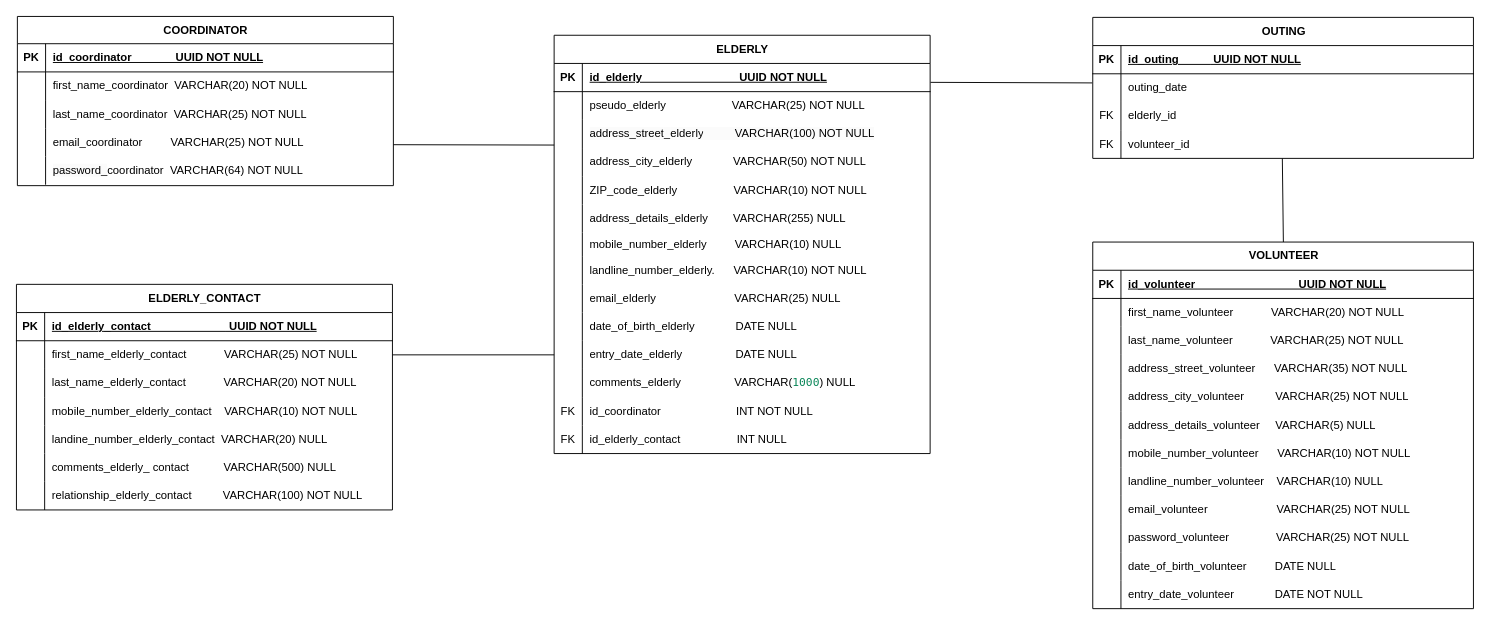
Above: page "Page-6" (3 of 5) of MCD_MaE.drawio in AnneGicquel/MCD_Marche_avec_Eliane (draw.io), before the change. Source tidied: cells renumbered, new cells numbered last; positions are measured from the earlier drawing's top-left corner, leaving out a move shared by most shapes. Both pictures are drawn from the tidied source at 94%, with x=0, y=0 at pixel (16, 16).
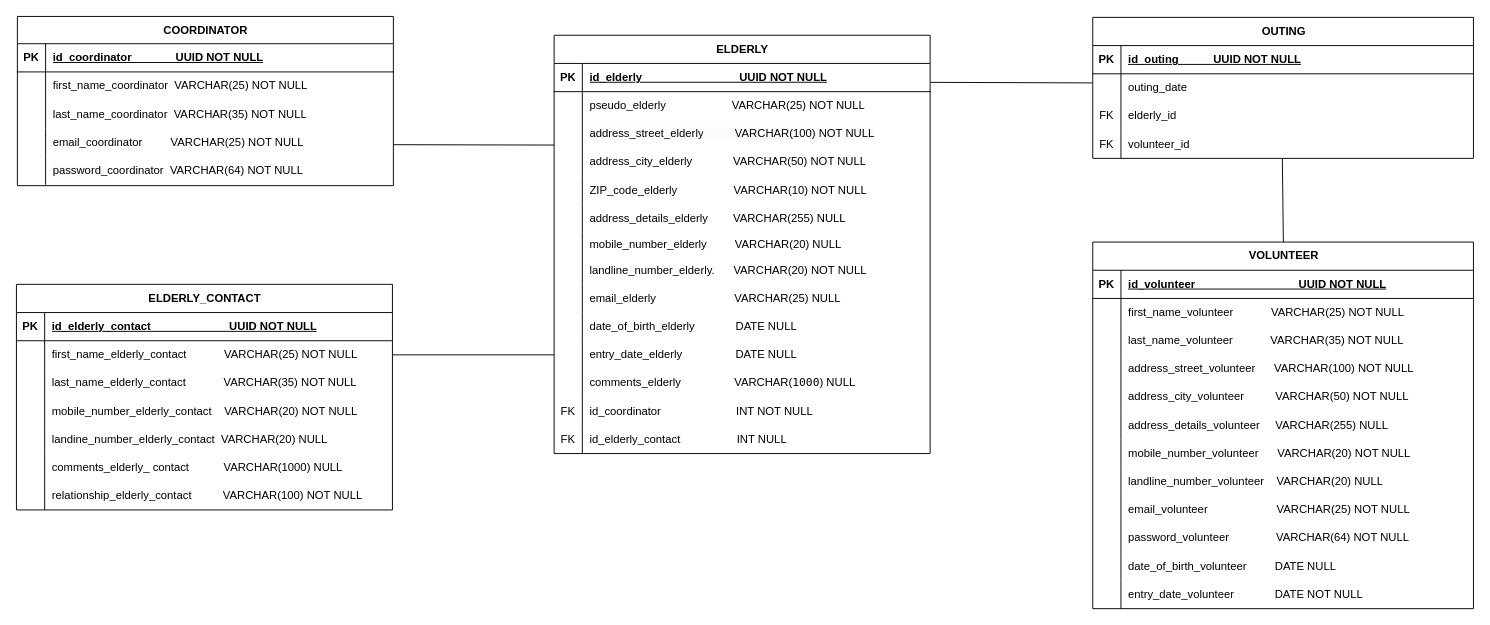
The same diagram, later.

Commit message (it also covers changes not shown here):
Mettre à jour MCD_MaE.drawio

The change refers to these unchanged cells:
```xml
<mxCell id="25" style="shape=tableRow;horizontal=0;startSize=0;swimlaneHead=0;swimlaneBody=0;fillColor=none;top=0;left=0;right=0;bottom=0;" parent="21" vertex="1">
  <mxGeometry y="59" width="400" height="30" as="geometry" />
</mxCell>
<mxCell id="28" style="shape=tableRow;horizontal=0;startSize=0;swimlaneHead=0;swimlaneBody=0;fillColor=none;top=0;left=0;right=0;bottom=0;" parent="21" vertex="1">
  <mxGeometry y="89" width="400" height="30" as="geometry" />
</mxCell>
<mxCell id="56" style="shape=tableRow;horizontal=0;startSize=0;swimlaneHead=0;swimlaneBody=0;fillColor=none;top=0;left=0;right=0;bottom=0;" parent="37" vertex="1">
  <mxGeometry y="210" width="400" height="25" as="geometry" />
</mxCell>
<mxCell id="59" style="shape=tableRow;horizontal=0;startSize=0;swimlaneHead=0;swimlaneBody=0;fillColor=none;top=0;left=0;right=0;bottom=0;" parent="37" vertex="1">
  <mxGeometry y="235" width="400" height="30" as="geometry" />
</mxCell>
<mxCell id="71" style="shape=tableRow;horizontal=0;startSize=0;swimlaneHead=0;swimlaneBody=0;fillColor=none;top=0;left=0;right=0;bottom=0;" parent="37" vertex="1">
  <mxGeometry y="355" width="400" height="30" as="geometry" />
</mxCell>
<mxCell id="88" style="shape=tableRow;horizontal=0;startSize=0;swimlaneHead=0;swimlaneBody=0;fillColor=none;top=0;left=0;right=0;bottom=0;" parent="81" vertex="1">
  <mxGeometry y="90" width="400" height="30" as="geometry" />
</mxCell>
<mxCell id="91" style="shape=tableRow;horizontal=0;startSize=0;swimlaneHead=0;swimlaneBody=0;fillColor=none;top=0;left=0;right=0;bottom=0;" parent="81" vertex="1">
  <mxGeometry y="120" width="400" height="30" as="geometry" />
</mxCell>
<mxCell id="97" style="shape=tableRow;horizontal=0;startSize=0;swimlaneHead=0;swimlaneBody=0;fillColor=none;top=0;left=0;right=0;bottom=0;" parent="81" vertex="1">
  <mxGeometry y="180" width="400" height="30" as="geometry" />
</mxCell>
<mxCell id="107" style="shape=tableRow;horizontal=0;startSize=0;swimlaneHead=0;swimlaneBody=0;fillColor=none;top=0;left=0;right=0;bottom=0;" parent="103" vertex="1">
  <mxGeometry y="60" width="405" height="30" as="geometry" />
</mxCell>
<mxCell id="110" style="shape=tableRow;horizontal=0;startSize=0;swimlaneHead=0;swimlaneBody=0;fillColor=none;top=0;left=0;right=0;bottom=0;" parent="103" vertex="1">
  <mxGeometry y="90" width="405" height="30" as="geometry" />
</mxCell>
<mxCell id="113" style="shape=tableRow;horizontal=0;startSize=0;swimlaneHead=0;swimlaneBody=0;fillColor=none;top=0;left=0;right=0;bottom=0;" parent="103" vertex="1">
  <mxGeometry y="120" width="405" height="30" as="geometry" />
</mxCell>
<mxCell id="116" style="shape=tableRow;horizontal=0;startSize=0;swimlaneHead=0;swimlaneBody=0;fillColor=none;top=0;left=0;right=0;bottom=0;" parent="103" vertex="1">
  <mxGeometry y="150" width="405" height="30" as="geometry" />
</mxCell>
<mxCell id="119" style="shape=tableRow;horizontal=0;startSize=0;swimlaneHead=0;swimlaneBody=0;fillColor=none;top=0;left=0;right=0;bottom=0;" parent="103" vertex="1">
  <mxGeometry y="180" width="405" height="30" as="geometry" />
</mxCell>
<mxCell id="122" style="shape=tableRow;horizontal=0;startSize=0;swimlaneHead=0;swimlaneBody=0;fillColor=none;top=0;left=0;right=0;bottom=0;" parent="103" vertex="1">
  <mxGeometry y="210" width="405" height="30" as="geometry" />
</mxCell>
<mxCell id="125" style="shape=tableRow;horizontal=0;startSize=0;swimlaneHead=0;swimlaneBody=0;fillColor=none;top=0;left=0;right=0;bottom=0;" parent="103" vertex="1">
  <mxGeometry y="240" width="405" height="30" as="geometry" />
</mxCell>
<mxCell id="131" style="shape=tableRow;horizontal=0;startSize=0;swimlaneHead=0;swimlaneBody=0;fillColor=none;top=0;left=0;right=0;bottom=0;" parent="103" vertex="1">
  <mxGeometry y="300" width="405" height="30" as="geometry" />
</mxCell>
```

What changed in the source:
```diff
@@
-    <mxCell id="27" value="&lt;span style=&quot;white-space-collapse: preserve;&quot;&gt;first_name_coordinator  VARCHAR(20) NOT NULL&lt;/span&gt;" style="shape=partialRectangle;fillColor=none;top=0;left=0;bottom=0;right=0;align=left;spacingLeft=6;overflow=hidden;whiteSpace=wrap;html=1;" parent="25" vertex="1">
+    <mxCell id="27" value="&lt;span style=&quot;white-space-collapse: preserve;&quot;&gt;first_name_coordinator  VARCHAR(25) NOT NULL&lt;/span&gt;" style="shape=partialRectangle;fillColor=none;top=0;left=0;bottom=0;right=0;align=left;spacingLeft=6;overflow=hidden;whiteSpace=wrap;html=1;" parent="25" vertex="1">
       <mxGeometry x="30" width="370" height="30" as="geometry" />
     </mxCell>
@@
-    <mxCell id="30" value="&lt;span style=&quot;white-space-collapse: preserve;&quot;&gt;last_name_&lt;/span&gt;&lt;span style=&quot;white-space-collapse: preserve;&quot;&gt;coordinator &lt;/span&gt;&lt;span style=&quot;white-space-collapse: preserve;&quot;&gt; &lt;/span&gt;&lt;span style=&quot;white-space-collapse: preserve;&quot;&gt;VARCHAR(25) NOT NULL&lt;/span&gt;" style="shape=partialRectangle;fillColor=none;top=0;left=0;bottom=0;right=0;align=left;spacingLeft=6;overflow=hidden;whiteSpace=wrap;html=1;" parent="28" vertex="1">
+    <mxCell id="30" value="&lt;span style=&quot;white-space-collapse: preserve;&quot;&gt;last_name_&lt;/span&gt;&lt;span style=&quot;white-space-collapse: preserve;&quot;&gt;coordinator &lt;/span&gt;&lt;span style=&quot;white-space-collapse: preserve;&quot;&gt; &lt;/span&gt;&lt;span style=&quot;white-space-collapse: preserve;&quot;&gt;VARCHAR(35) NOT NULL&lt;/span&gt;" style="shape=partialRectangle;fillColor=none;top=0;left=0;bottom=0;right=0;align=left;spacingLeft=6;overflow=hidden;whiteSpace=wrap;html=1;" parent="28" vertex="1">
       <mxGeometry x="30" width="370" height="30" as="geometry" />
     </mxCell>
@@
-    <mxCell id="58" value="&lt;span style=&quot;white-space-collapse: preserve;&quot;&gt;mobile_number_&lt;/span&gt;&lt;span style=&quot;text-align: center; text-wrap: nowrap;&quot;&gt;elderly&amp;nbsp; &amp;nbsp; &amp;nbsp; &amp;nbsp; &amp;nbsp;&lt;/span&gt;&lt;span style=&quot;white-space-collapse: preserve;&quot;&gt;VARCHAR(10) NULL&lt;/span&gt;" style="shape=partialRectangle;fillColor=none;top=0;left=0;bottom=0;right=0;align=left;spacingLeft=6;overflow=hidden;whiteSpace=wrap;html=1;" parent="56" vertex="1">
+    <mxCell id="58" value="&lt;span style=&quot;white-space-collapse: preserve;&quot;&gt;mobile_number_&lt;/span&gt;&lt;span style=&quot;text-align: center; text-wrap: nowrap;&quot;&gt;elderly&amp;nbsp; &amp;nbsp; &amp;nbsp; &amp;nbsp; &amp;nbsp;&lt;/span&gt;&lt;span style=&quot;white-space-collapse: preserve;&quot;&gt;VARCHAR(20) NULL&lt;/span&gt;" style="shape=partialRectangle;fillColor=none;top=0;left=0;bottom=0;right=0;align=left;spacingLeft=6;overflow=hidden;whiteSpace=wrap;html=1;" parent="56" vertex="1">
       <mxGeometry x="30" width="370" height="25" as="geometry" />
     </mxCell>
@@
-    <mxCell id="61" value="&lt;span style=&quot;white-space-collapse: preserve;&quot;&gt;landline_number_&lt;/span&gt;&lt;span style=&quot;text-align: center; text-wrap: nowrap;&quot;&gt;elderly.&amp;nbsp; &amp;nbsp; &amp;nbsp; &lt;/span&gt;&lt;span style=&quot;white-space-collapse: preserve;&quot;&gt;VARCHAR(&lt;/span&gt;&lt;span style=&quot;white-space-collapse: preserve;&quot;&gt;10&lt;/span&gt;&lt;span style=&quot;white-space-collapse: preserve;&quot;&gt;) NOT NULL&lt;/span&gt;" style="shape=partialRectangle;fillColor=none;top=0;left=0;bottom=0;right=0;align=left;spacingLeft=6;overflow=hidden;whiteSpace=wrap;html=1;" parent="59" vertex="1">
+    <mxCell id="61" value="&lt;span style=&quot;white-space-collapse: preserve;&quot;&gt;landline_number_&lt;/span&gt;&lt;span style=&quot;text-align: center; text-wrap: nowrap;&quot;&gt;elderly.&amp;nbsp; &amp;nbsp; &amp;nbsp; &lt;/span&gt;&lt;span style=&quot;white-space-collapse: preserve;&quot;&gt;VARCHAR(&lt;/span&gt;&lt;span style=&quot;white-space-collapse: preserve;&quot;&gt;20&lt;/span&gt;&lt;span style=&quot;white-space-collapse: preserve;&quot;&gt;) NOT NULL&lt;/span&gt;" style="shape=partialRectangle;fillColor=none;top=0;left=0;bottom=0;right=0;align=left;spacingLeft=6;overflow=hidden;whiteSpace=wrap;html=1;" parent="59" vertex="1">
       <mxGeometry x="30" width="370" height="30" as="geometry" />
     </mxCell>
@@
-    <mxCell id="73" value="comments_elderly&amp;nbsp; &amp;nbsp; &amp;nbsp; &amp;nbsp; &amp;nbsp; &amp;nbsp; &amp;nbsp; &amp;nbsp; &amp;nbsp;&lt;span style=&quot;white-space-collapse: preserve;&quot;&gt;VARCHAR(&lt;font face=&quot;Menlo, Monaco, Courier New, monospace&quot; color=&quot;#098658&quot;&gt;&lt;span style=&quot;text-wrap: nowrap; background-color: rgb(255, 255, 255);&quot;&gt;1000&lt;/span&gt;&lt;/font&gt;&lt;/span&gt;&lt;span style=&quot;white-space-collapse: preserve; background-color: initial;&quot;&gt;) NULL&lt;/span&gt;" style="shape=partialRectangle;fillColor=none;top=0;left=0;bottom=0;right=0;align=left;spacingLeft=6;overflow=hidden;whiteSpace=wrap;html=1;" parent="71" vertex="1">
+    <mxCell id="73" value="comments_elderly&amp;nbsp; &amp;nbsp; &amp;nbsp; &amp;nbsp; &amp;nbsp; &amp;nbsp; &amp;nbsp; &amp;nbsp; &amp;nbsp;&lt;span style=&quot;white-space-collapse: preserve;&quot;&gt;VARCHAR(&lt;font face=&quot;Menlo, Monaco, Courier New, monospace&quot;&gt;&lt;span style=&quot;text-wrap: nowrap; background-color: rgb(255, 255, 255);&quot;&gt;1000&lt;/span&gt;&lt;/font&gt;&lt;/span&gt;&lt;span style=&quot;white-space-collapse: preserve; background-color: initial;&quot;&gt;) NULL&lt;/span&gt;" style="shape=partialRectangle;fillColor=none;top=0;left=0;bottom=0;right=0;align=left;spacingLeft=6;overflow=hidden;whiteSpace=wrap;html=1;" parent="71" vertex="1">
       <mxGeometry x="30" width="370" height="30" as="geometry" />
     </mxCell>
@@
-    <mxCell id="90" value="last_name_elderly_contact&amp;nbsp; &amp;nbsp; &amp;nbsp; &amp;nbsp; &amp;nbsp; &amp;nbsp; VARCHAR(20) NOT NULL" style="shape=partialRectangle;fillColor=none;top=0;left=0;bottom=0;right=0;align=left;spacingLeft=6;overflow=hidden;whiteSpace=wrap;html=1;" parent="88" vertex="1">
+    <mxCell id="90" value="last_name_elderly_contact&amp;nbsp; &amp;nbsp; &amp;nbsp; &amp;nbsp; &amp;nbsp; &amp;nbsp; VARCHAR(35) NOT NULL" style="shape=partialRectangle;fillColor=none;top=0;left=0;bottom=0;right=0;align=left;spacingLeft=6;overflow=hidden;whiteSpace=wrap;html=1;" parent="88" vertex="1">
       <mxGeometry x="30" width="370" height="30" as="geometry" />
     </mxCell>
@@
-    <mxCell id="93" value="mobile_number_elderly_contact&amp;nbsp; &amp;nbsp; VARCHAR(10) NOT NULL" style="shape=partialRectangle;fillColor=none;top=0;left=0;bottom=0;right=0;align=left;spacingLeft=6;overflow=hidden;whiteSpace=wrap;html=1;" parent="91" vertex="1">
+    <mxCell id="93" value="mobile_number_elderly_contact&amp;nbsp; &amp;nbsp; VARCHAR(20) NOT NULL" style="shape=partialRectangle;fillColor=none;top=0;left=0;bottom=0;right=0;align=left;spacingLeft=6;overflow=hidden;whiteSpace=wrap;html=1;" parent="91" vertex="1">
       <mxGeometry x="30" width="370" height="30" as="geometry" />
     </mxCell>
@@
-    <mxCell id="99" value="comments_elderly_ contact&amp;nbsp; &amp;nbsp; &amp;nbsp; &amp;nbsp; &amp;nbsp; &amp;nbsp;VARCHAR(500) NULL" style="shape=partialRectangle;fillColor=none;top=0;left=0;bottom=0;right=0;align=left;spacingLeft=6;overflow=hidden;whiteSpace=wrap;html=1;" parent="97" vertex="1">
+    <mxCell id="99" value="comments_elderly_ contact&amp;nbsp; &amp;nbsp; &amp;nbsp; &amp;nbsp; &amp;nbsp; &amp;nbsp;VARCHAR(1000) NULL" style="shape=partialRectangle;fillColor=none;top=0;left=0;bottom=0;right=0;align=left;spacingLeft=6;overflow=hidden;whiteSpace=wrap;html=1;" parent="97" vertex="1">
       <mxGeometry x="30" width="370" height="30" as="geometry" />
     </mxCell>
@@
-    <mxCell id="109" value="&lt;span style=&quot;white-space-collapse: preserve;&quot;&gt;first_name_&lt;/span&gt;volunteer&amp;nbsp; &amp;nbsp; &amp;nbsp; &amp;nbsp; &amp;nbsp; &amp;nbsp; VARCHAR(20) NOT NULL" style="shape=partialRectangle;fillColor=none;top=0;left=0;bottom=0;right=0;align=left;spacingLeft=6;overflow=hidden;whiteSpace=wrap;html=1;" parent="107" vertex="1">
+    <mxCell id="109" value="&lt;span style=&quot;white-space-collapse: preserve;&quot;&gt;first_name_&lt;/span&gt;volunteer&amp;nbsp; &amp;nbsp; &amp;nbsp; &amp;nbsp; &amp;nbsp; &amp;nbsp; VARCHAR(25) NOT NULL" style="shape=partialRectangle;fillColor=none;top=0;left=0;bottom=0;right=0;align=left;spacingLeft=6;overflow=hidden;whiteSpace=wrap;html=1;" parent="107" vertex="1">
       <mxGeometry x="30" width="375" height="30" as="geometry" />
     </mxCell>
@@
-    <mxCell id="112" value="&lt;span style=&quot;white-space-collapse: preserve;&quot;&gt;last_name_&lt;/span&gt;volunteer&amp;nbsp; &amp;nbsp; &amp;nbsp; &amp;nbsp; &amp;nbsp; &amp;nbsp; VARCHAR(25) NOT NULL" style="shape=partialRectangle;fillColor=none;top=0;left=0;bottom=0;right=0;align=left;spacingLeft=6;overflow=hidden;whiteSpace=wrap;html=1;" parent="110" vertex="1">
+    <mxCell id="112" value="&lt;span style=&quot;white-space-collapse: preserve;&quot;&gt;last_name_&lt;/span&gt;volunteer&amp;nbsp; &amp;nbsp; &amp;nbsp; &amp;nbsp; &amp;nbsp; &amp;nbsp; VARCHAR(35) NOT NULL" style="shape=partialRectangle;fillColor=none;top=0;left=0;bottom=0;right=0;align=left;spacingLeft=6;overflow=hidden;whiteSpace=wrap;html=1;" parent="110" vertex="1">
       <mxGeometry x="30" width="375" height="30" as="geometry" />
     </mxCell>
@@
-    <mxCell id="115" value="&lt;span style=&quot;white-space-collapse: preserve;&quot;&gt;address_street_&lt;/span&gt;volunteer&amp;nbsp; &amp;nbsp; &amp;nbsp; VARCHAR(35) NOT NULL" style="shape=partialRectangle;fillColor=none;top=0;left=0;bottom=0;right=0;align=left;spacingLeft=6;overflow=hidden;whiteSpace=wrap;html=1;" parent="113" vertex="1">
+    <mxCell id="115" value="&lt;span style=&quot;white-space-collapse: preserve;&quot;&gt;address_street_&lt;/span&gt;volunteer&amp;nbsp; &amp;nbsp; &amp;nbsp; VARCHAR(100) NOT NULL" style="shape=partialRectangle;fillColor=none;top=0;left=0;bottom=0;right=0;align=left;spacingLeft=6;overflow=hidden;whiteSpace=wrap;html=1;" parent="113" vertex="1">
       <mxGeometry x="30" width="375" height="30" as="geometry" />
     </mxCell>
@@
-    <mxCell id="118" value="&lt;span style=&quot;white-space-collapse: preserve;&quot;&gt;address_city_volunteer&lt;/span&gt;&amp;nbsp; &amp;nbsp; &amp;nbsp; &amp;nbsp; &amp;nbsp; VARCHAR(25) NOT NULL" style="shape=partialRectangle;fillColor=none;top=0;left=0;bottom=0;right=0;align=left;spacingLeft=6;overflow=hidden;whiteSpace=wrap;html=1;" parent="116" vertex="1">
+    <mxCell id="118" value="&lt;span style=&quot;white-space-collapse: preserve;&quot;&gt;address_city_volunteer&lt;/span&gt;&amp;nbsp; &amp;nbsp; &amp;nbsp; &amp;nbsp; &amp;nbsp; VARCHAR(50) NOT NULL" style="shape=partialRectangle;fillColor=none;top=0;left=0;bottom=0;right=0;align=left;spacingLeft=6;overflow=hidden;whiteSpace=wrap;html=1;" parent="116" vertex="1">
       <mxGeometry x="30" width="375" height="30" as="geometry" />
     </mxCell>
@@
-    <mxCell id="121" value="address_details_volunteer&amp;nbsp; &amp;nbsp; &amp;nbsp;VARCHAR(5) NULL" style="shape=partialRectangle;fillColor=none;top=0;left=0;bottom=0;right=0;align=left;spacingLeft=6;overflow=hidden;whiteSpace=wrap;html=1;" parent="119" vertex="1">
+    <mxCell id="121" value="address_details_volunteer&amp;nbsp; &amp;nbsp; &amp;nbsp;VARCHAR(255) NULL" style="shape=partialRectangle;fillColor=none;top=0;left=0;bottom=0;right=0;align=left;spacingLeft=6;overflow=hidden;whiteSpace=wrap;html=1;" parent="119" vertex="1">
       <mxGeometry x="30" width="375" height="30" as="geometry" />
     </mxCell>
@@
-    <mxCell id="124" value="&lt;span style=&quot;white-space-collapse: preserve;&quot;&gt;mobile_number_&lt;/span&gt;volunteer&amp;nbsp; &amp;nbsp; &amp;nbsp; VARCHAR(10) NOT NULL" style="shape=partialRectangle;fillColor=none;top=0;left=0;bottom=0;right=0;align=left;spacingLeft=6;overflow=hidden;whiteSpace=wrap;html=1;" parent="122" vertex="1">
+    <mxCell id="124" value="&lt;span style=&quot;white-space-collapse: preserve;&quot;&gt;mobile_number_&lt;/span&gt;volunteer&amp;nbsp; &amp;nbsp; &amp;nbsp; VARCHAR(20) NOT NULL" style="shape=partialRectangle;fillColor=none;top=0;left=0;bottom=0;right=0;align=left;spacingLeft=6;overflow=hidden;whiteSpace=wrap;html=1;" parent="122" vertex="1">
       <mxGeometry x="30" width="375" height="30" as="geometry" />
     </mxCell>
@@
-    <mxCell id="127" value="&lt;span style=&quot;white-space-collapse: preserve;&quot;&gt;landline_number_&lt;/span&gt;volunteer&amp;nbsp; &amp;nbsp; VARCHAR(10) NULL" style="shape=partialRectangle;fillColor=none;top=0;left=0;bottom=0;right=0;align=left;spacingLeft=6;overflow=hidden;whiteSpace=wrap;html=1;" parent="125" vertex="1">
+    <mxCell id="127" value="&lt;span style=&quot;white-space-collapse: preserve;&quot;&gt;landline_number_&lt;/span&gt;volunteer&amp;nbsp; &amp;nbsp; VARCHAR(20) NULL" style="shape=partialRectangle;fillColor=none;top=0;left=0;bottom=0;right=0;align=left;spacingLeft=6;overflow=hidden;whiteSpace=wrap;html=1;" parent="125" vertex="1">
       <mxGeometry x="30" width="375" height="30" as="geometry" />
     </mxCell>
@@
-    <mxCell id="133" value="&lt;span style=&quot;white-space-collapse: preserve;&quot;&gt;password_&lt;/span&gt;volunteer&amp;nbsp; &amp;nbsp; &amp;nbsp; &amp;nbsp; &amp;nbsp; &amp;nbsp; &amp;nbsp; &amp;nbsp;VARCHAR(25) NOT NULL" style="shape=partialRectangle;fillColor=none;top=0;left=0;bottom=0;right=0;align=left;spacingLeft=6;overflow=hidden;whiteSpace=wrap;html=1;" parent="131" vertex="1">
+    <mxCell id="133" value="&lt;span style=&quot;white-space-collapse: preserve;&quot;&gt;password_&lt;/span&gt;volunteer&amp;nbsp; &amp;nbsp; &amp;nbsp; &amp;nbsp; &amp;nbsp; &amp;nbsp; &amp;nbsp; &amp;nbsp;VARCHAR(64) NOT NULL" style="shape=partialRectangle;fillColor=none;top=0;left=0;bottom=0;right=0;align=left;spacingLeft=6;overflow=hidden;whiteSpace=wrap;html=1;" parent="131" vertex="1">
       <mxGeometry x="30" width="375" height="30" as="geometry" />
     </mxCell>
```
